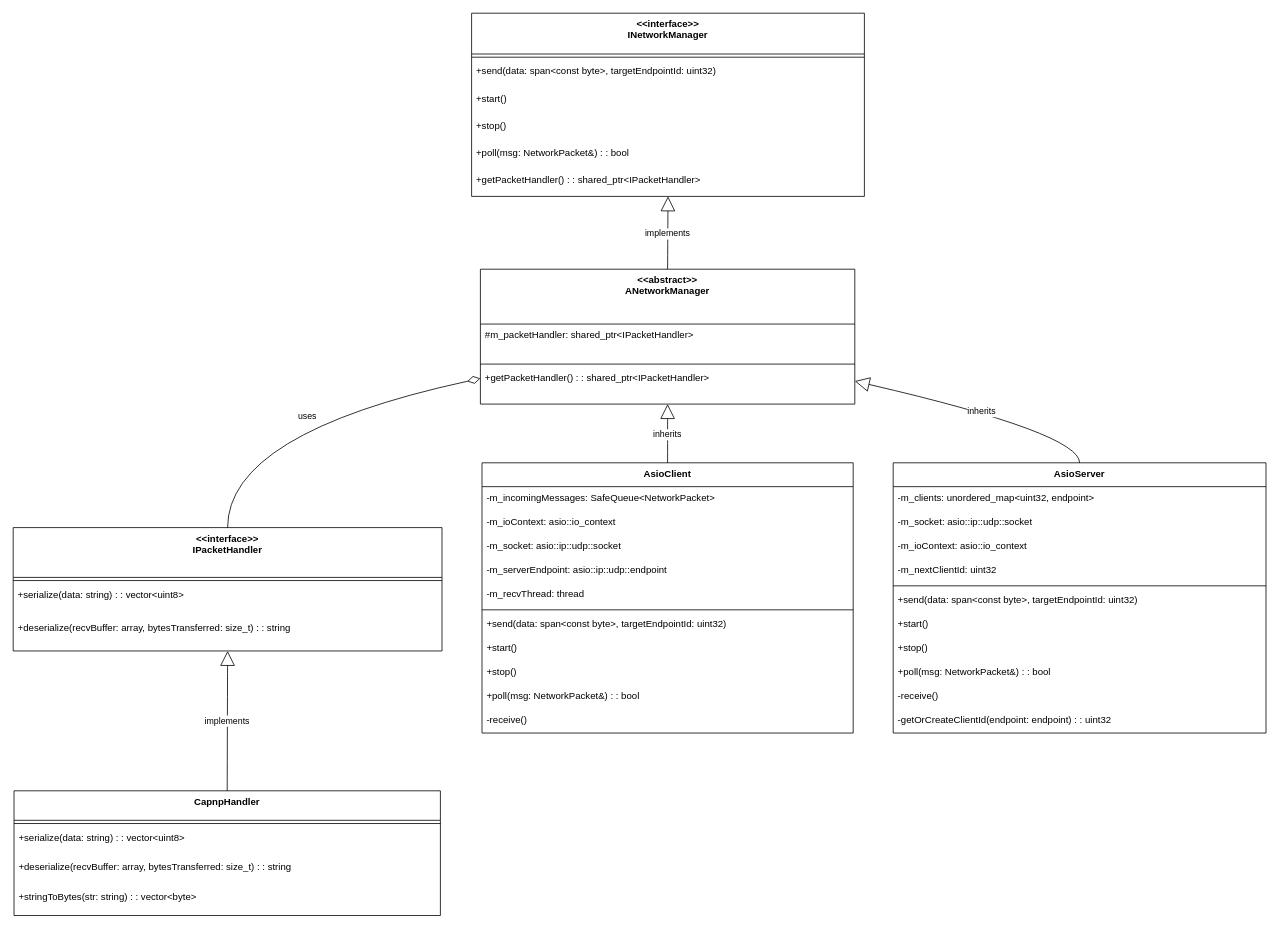
This is network/docs/network_class_diagram.drawio from Poker-Cactus/R-type-mirror, a draw.io file, before an edit. Source tidied: cells renumbered, new cells numbered last; positions are measured from the earlier drawing's top-left corner, leaving out a move shared by most shapes. Both pictures are drawn from the tidied source at 80%, with x=0, y=0 at pixel (13, 13).
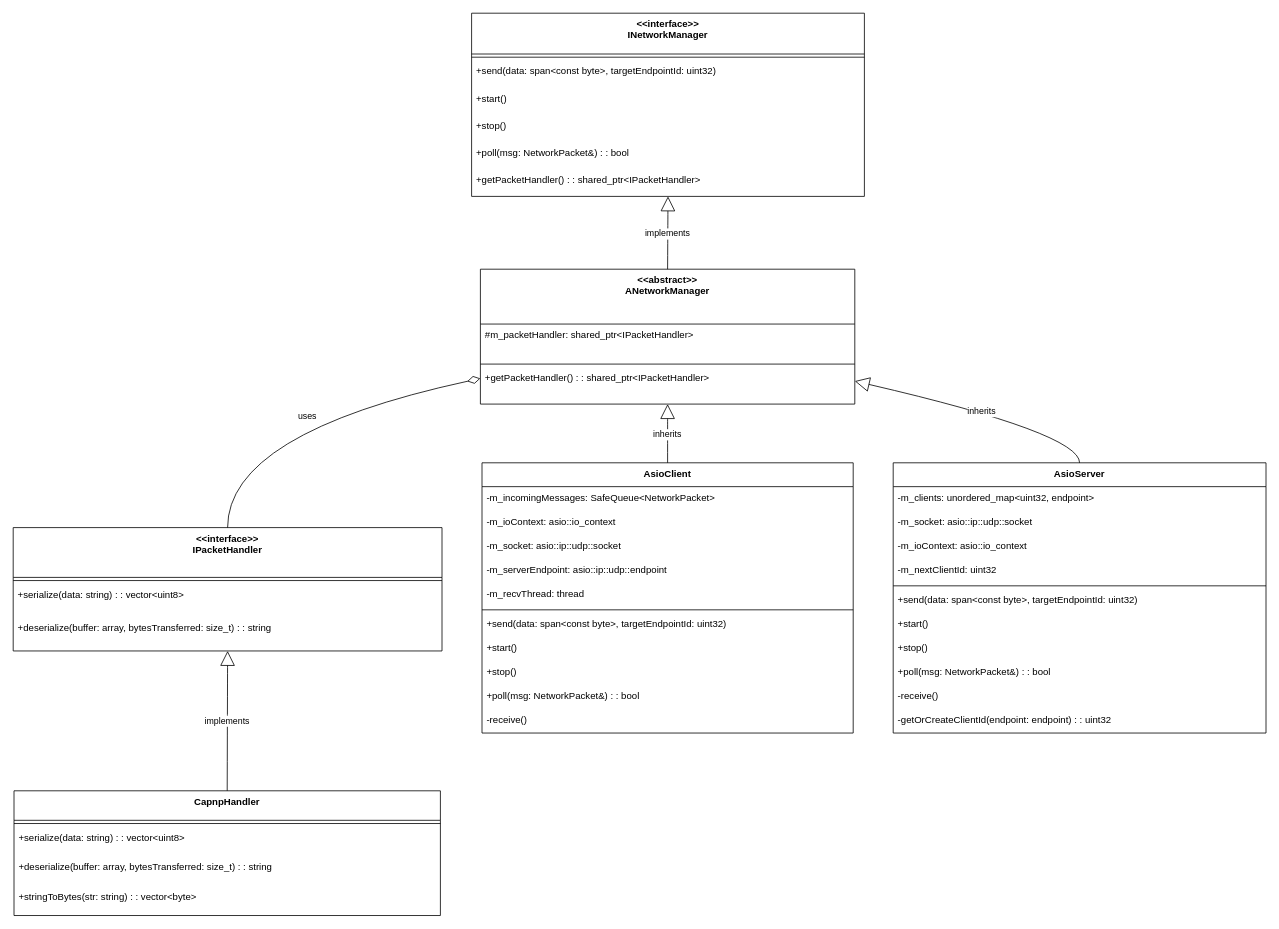
After the change.

The change refers to these unchanged cells:
```xml
<mxCell id="9" value="&lt;&lt;interface&gt;&gt;&#10;IPacketHandler" style="swimlane;fontStyle=1;align=center;verticalAlign=top;horizontal=1;startSize=62.25;" parent="1" vertex="1">
  <mxGeometry y="643" width="536" height="154.2" as="geometry" />
</mxCell>
<mxCell id="41" value="CapnpHandler" style="swimlane;fontStyle=1;align=center;verticalAlign=top;horizontal=1;startSize=36.888888888888886;" parent="1" vertex="1">
  <mxGeometry x="1" y="972" width="533" height="155.9" as="geometry" />
</mxCell>
```

Change to the diagram source:
```diff
@@
-    <mxCell id="12" value="+deserialize(recvBuffer: array, bytesTransferred: size_t) : : string" style="text;strokeColor=none;fillColor=none;align=left;verticalAlign=top;spacingLeft=4;spacingRight=4;overflow=hidden;" parent="9" vertex="1">
+    <mxCell id="12" value="+deserialize(buffer: array, bytesTransferred: size_t) : : string" style="text;strokeColor=none;fillColor=none;align=left;verticalAlign=top;spacingLeft=4;spacingRight=4;overflow=hidden;" parent="9" vertex="1">
       <mxGeometry y="112.2" width="536" height="42" as="geometry" />
     </mxCell>
@@
-    <mxCell id="44" value="+deserialize(recvBuffer: array, bytesTransferred: size_t) : : string" style="text;strokeColor=none;fillColor=none;align=left;verticalAlign=top;spacingLeft=4;spacingRight=4;overflow=hidden;" parent="41" vertex="1">
+    <mxCell id="44" value="+deserialize(buffer: array, bytesTransferred: size_t) : : string" style="text;strokeColor=none;fillColor=none;align=left;verticalAlign=top;spacingLeft=4;spacingRight=4;overflow=hidden;" parent="41" vertex="1">
       <mxGeometry y="81.9" width="533" height="37" as="geometry" />
     </mxCell>
```
